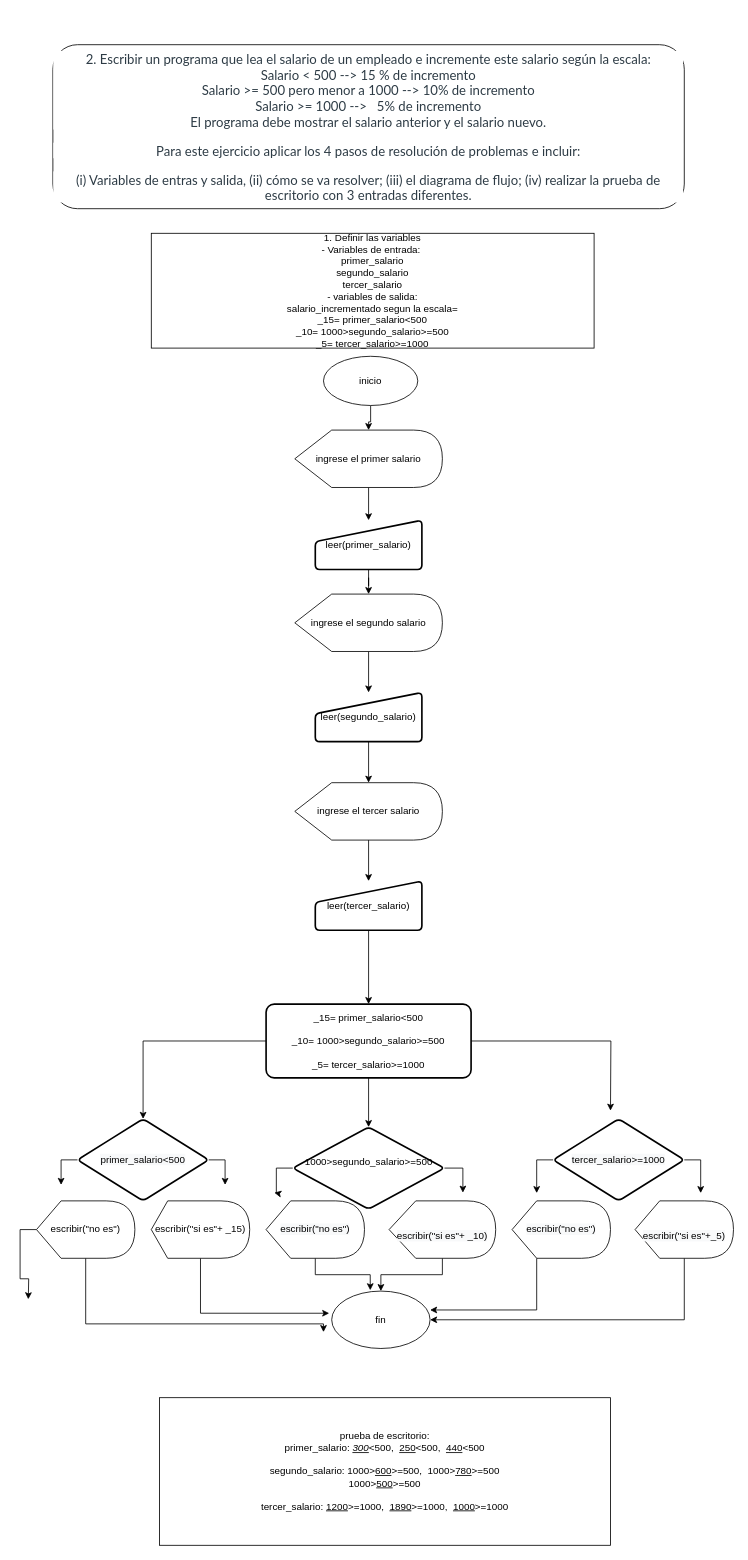
Before: page "Page-4" (4 of 6) of Untitled Diagram.drawio in 12RodrigoDuran/Formula, a draw.io diagram. Source tidied: cells renumbered, new cells numbered last; positions are measured from the earlier drawing's top-left corner, leaving out a move shared by most shapes. Both pictures are drawn from the tidied source at 82%, with x=0, y=0 at pixel (28, 44).
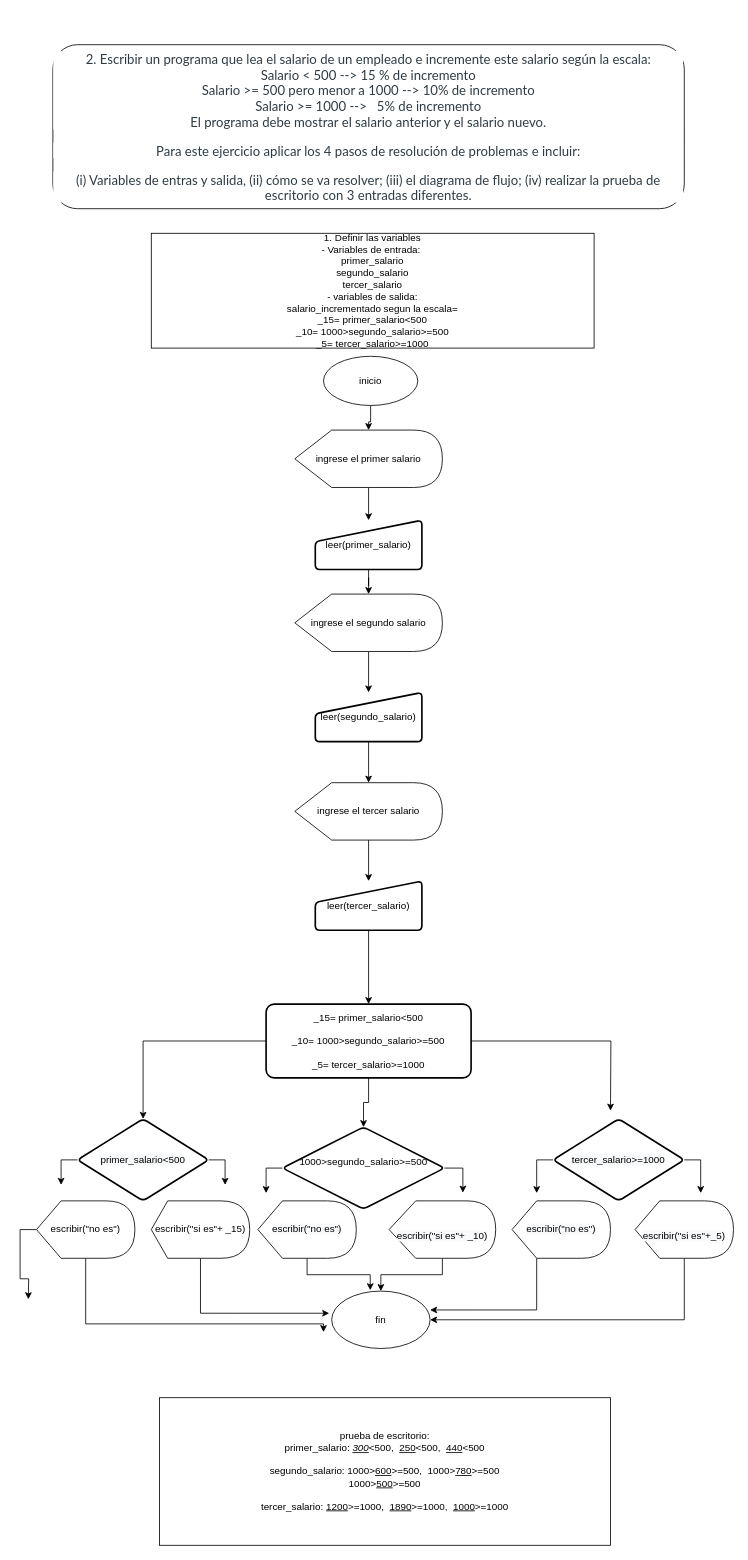
The same page after the edit.

The edit, as a diff of the source:
```diff
@@
-    <mxCell id="22" style="edgeStyle=orthogonalEdgeStyle;rounded=0;jettySize=auto;html=1;" parent="1" edge="1" source="24">
-      <mxGeometry relative="1" as="geometry">
-        <mxPoint x="300" y="1400" as="targetPoint" />
-      </mxGeometry>
-    </mxCell>
@@
+    <mxCell id="46" style="edgeStyle=orthogonalEdgeStyle;rounded=0;jettySize=auto;html=1;" parent="1" edge="1" source="24">
+      <mxGeometry relative="1" as="geometry">
+        <mxPoint x="290" y="1400" as="targetPoint" />
+      </mxGeometry>
+    </mxCell>
     <mxCell id="24" value="&lt;div&gt;1000&amp;gt;segundo_salario&amp;gt;=500&lt;/div&gt;&lt;div&gt;&lt;br&gt;&lt;/div&gt;" style="rhombus;whiteSpace=wrap;html=1;rounded=1;strokeWidth=2;arcSize=11;" parent="1" vertex="1">
-      <mxGeometry x="322.5" y="1320" width="185" height="100" as="geometry" />
+      <mxGeometry x="310" y="1320" width="197.5" height="100" as="geometry" />
     </mxCell>
@@
     <mxCell id="37" value="&#10;&#10;&lt;span style=&quot;color: rgb(0, 0, 0); font-family: helvetica; font-size: 12px; font-style: normal; font-weight: 400; letter-spacing: normal; text-align: center; text-indent: 0px; text-transform: none; word-spacing: 0px; background-color: rgb(248, 249, 250); display: inline; float: none;&quot;&gt;escribir(&quot;no es&quot;)&lt;/span&gt;&#10;&#10;" style="shape=display;whiteSpace=wrap;html=1;" parent="1" vertex="1">
-      <mxGeometry x="290" y="1410" width="120" height="70" as="geometry" />
+      <mxGeometry x="280" y="1410" width="120" height="70" as="geometry" />
     </mxCell>
```
